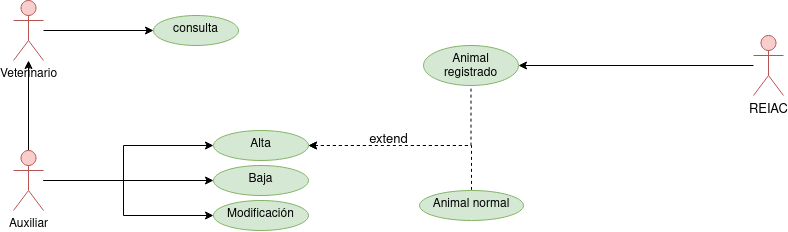
colidom/ets keeps this draw.io diagram as Tareas/casosUso/Tarea1/img/ClinicaVeterinaria.drawio.png. Above is the earlier version. Source tidied: cells renumbered, new cells last; positions are measured from the earlier drawing's top-left corner, leaving out a move shared by most shapes.
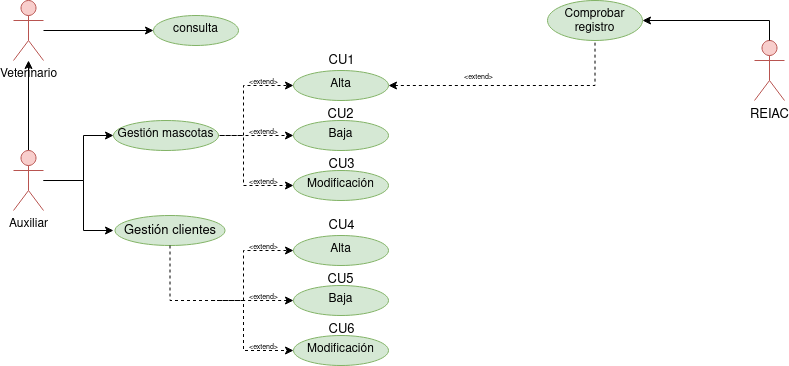
The same file after the commit.

What changed in the source:
```diff
@@ -5,26 +5,32 @@
     <mxCell id="2" style="edgeStyle=orthogonalEdgeStyle;rounded=0;jettySize=auto;html=1;" parent="1" edge="1" source="6" target="8">
       <mxGeometry relative="1" as="geometry" />
     </mxCell>
-    <mxCell id="3" style="edgeStyle=orthogonalEdgeStyle;rounded=0;jettySize=auto;html=1;fontSize=13;" parent="1" edge="1" source="6" target="10">
-      <mxGeometry relative="1" as="geometry" />
+    <mxCell id="3" style="edgeStyle=orthogonalEdgeStyle;rounded=0;jettySize=auto;html=1;fontSize=13;dashed=1;" parent="1" edge="1" target="10">
+      <mxGeometry relative="1" as="geometry">
+        <mxPoint x="154" y="135" as="sourcePoint" />
+        <Array as="points">
+          <mxPoint x="290" y="135" />
+          <mxPoint x="290" y="135" />
+        </Array>
+      </mxGeometry>
     </mxCell>
-    <mxCell id="4" style="edgeStyle=orthogonalEdgeStyle;rounded=0;jettySize=auto;html=1;fontSize=13;" parent="1" edge="1" source="6" target="11">
+    <mxCell id="4" style="edgeStyle=orthogonalEdgeStyle;rounded=0;jettySize=auto;html=1;fontSize=13;entryX=0;entryY=0.5;entryDx=0;entryDy=0;dashed=1;" parent="1" edge="1" target="11">
       <mxGeometry relative="1" as="geometry">
+        <mxPoint x="154" y="135" as="sourcePoint" />
         <Array as="points">
-          <mxPoint x="110" y="180" />
-          <mxPoint x="110" y="215" />
+          <mxPoint x="230" y="135" />
+          <mxPoint x="230" y="185" />
         </Array>
       </mxGeometry>
     </mxCell>
-    <mxCell id="5" style="edgeStyle=orthogonalEdgeStyle;rounded=0;jettySize=auto;html=1;fontSize=13;" parent="1" edge="1" source="6">
-      <mxGeometry relative="1" as="geometry">
-        <mxPoint x="200" y="145" as="targetPoint" />
-        <Array as="points">
-          <mxPoint x="110" y="180" />
-          <mxPoint x="110" y="145" />
-        </Array>
-      </mxGeometry>
-    </mxCell>
+    <mxCell id="20" style="edgeStyle=orthogonalEdgeStyle;rounded=0;jettySize=auto;html=1;fontSize=13;startArrow=none;startFill=0;endArrow=classic;endFill=1;" parent="1" edge="1" source="6" target="21">
+      <mxGeometry relative="1" as="geometry">
+        <Array as="points">
+          <mxPoint x="70" y="180" />
+          <mxPoint x="70" y="135" />
+        </Array>
+      </mxGeometry>
+    </mxCell>
     <mxCell id="6" value="Auxiliar" style="shape=umlActor;verticalLabelPosition=bottom;verticalAlign=top;html=1;outlineConnect=0;fillColor=#f8cecc;strokeColor=#b85450;" parent="1" vertex="1">
       <mxGeometry y="150" width="30" height="60" as="geometry" />
     </mxCell>
@@ -38,38 +44,121 @@
       <mxGeometry x="140" y="15" width="85" height="30" as="geometry" />
     </mxCell>
     <mxCell id="10" value="Baja" style="ellipse;whiteSpace=wrap;html=1;verticalAlign=top;fillColor=#d5e8d4;strokeColor=#82b366;" parent="1" vertex="1">
-      <mxGeometry x="200" y="165" width="95" height="30" as="geometry" />
+      <mxGeometry x="280" y="120" width="95" height="30" as="geometry" />
     </mxCell>
     <mxCell id="11" value="Modificación" style="ellipse;whiteSpace=wrap;html=1;verticalAlign=top;fillColor=#d5e8d4;strokeColor=#82b366;" parent="1" vertex="1">
-      <mxGeometry x="200" y="200" width="95" height="30" as="geometry" />
+      <mxGeometry x="280" y="170" width="95" height="30" as="geometry" />
     </mxCell>
     <mxCell id="12" style="edgeStyle=orthogonalEdgeStyle;rounded=0;jettySize=auto;html=1;fontSize=13;dashed=1;startArrow=classic;startFill=1;endArrow=none;endFill=0;" parent="1" edge="1" source="15" target="18">
       <mxGeometry relative="1" as="geometry" />
     </mxCell>
-    <mxCell id="13" value="extend" style="edgeLabel;html=1;align=center;verticalAlign=middle;fontSize=13;" parent="12" vertex="1">
-      <mxGeometry x="0.16" relative="1" as="geometry">
-        <mxPoint x="-50" y="-7" as="offset" />
-      </mxGeometry>
-    </mxCell>
-    <mxCell id="14" style="edgeStyle=orthogonalEdgeStyle;rounded=0;jettySize=auto;html=1;dashed=1;fontSize=13;startArrow=classic;startFill=1;endArrow=none;endFill=0;" parent="1" edge="1" source="15" target="19">
-      <mxGeometry relative="1" as="geometry" />
-    </mxCell>
     <mxCell id="15" value="Alta" style="ellipse;whiteSpace=wrap;html=1;verticalAlign=top;fillColor=#d5e8d4;strokeColor=#82b366;" parent="1" vertex="1">
-      <mxGeometry x="200" y="130" width="95" height="30" as="geometry" />
+      <mxGeometry x="280" y="70" width="95" height="30" as="geometry" />
     </mxCell>
     <mxCell id="16" value="REIAC" style="shape=umlActor;verticalLabelPosition=bottom;verticalAlign=top;html=1;outlineConnect=0;strokeColor=#b85450;fontSize=13;fillColor=#f8cecc;" parent="1" vertex="1">
-      <mxGeometry x="740" y="35" width="30" height="60" as="geometry" />
+      <mxGeometry x="741" y="40" width="30" height="60" as="geometry" />
     </mxCell>
-    <mxCell id="17" style="edgeStyle=orthogonalEdgeStyle;rounded=0;jettySize=auto;html=1;fontSize=13;endArrow=none;endFill=0;startArrow=classic;startFill=1;" parent="1" edge="1" source="18">
-      <mxGeometry relative="1" as="geometry">
-        <mxPoint x="740" y="65" as="targetPoint" />
-      </mxGeometry>
+    <mxCell id="17" style="edgeStyle=orthogonalEdgeStyle;rounded=0;jettySize=auto;html=1;fontSize=13;endArrow=none;endFill=0;startArrow=classic;startFill=1;entryX=0.5;entryY=0;entryDx=0;entryDy=0;entryPerimeter=0;" parent="1" edge="1" source="18" target="16">
+      <mxGeometry relative="1" as="geometry" />
     </mxCell>
-    <mxCell id="18" value="Animal registrado" style="ellipse;whiteSpace=wrap;html=1;verticalAlign=top;fillColor=#d5e8d4;strokeColor=#82b366;" parent="1" vertex="1">
-      <mxGeometry x="410" y="45" width="95" height="40" as="geometry" />
+    <mxCell id="18" value="Comprobar registro" style="ellipse;whiteSpace=wrap;html=1;verticalAlign=top;fillColor=#d5e8d4;strokeColor=#82b366;" parent="1" vertex="1">
+      <mxGeometry x="534" width="95" height="40" as="geometry" />
     </mxCell>
-    <mxCell id="19" value="Animal normal" style="ellipse;whiteSpace=wrap;html=1;verticalAlign=top;fillColor=#d5e8d4;strokeColor=#82b366;strokeWidth=1;sketch=0;shadow=0;rotation=0;" parent="1" vertex="1">
-      <mxGeometry x="406" y="190" width="104" height="30" as="geometry" />
-    </mxCell>
+    <mxCell id="21" value="Gestión mascotas" style="ellipse;whiteSpace=wrap;html=1;verticalAlign=top;fillColor=#d5e8d4;strokeColor=#82b366;" parent="1" vertex="1">
+      <mxGeometry x="100" y="120" width="105" height="30" as="geometry" />
+    </mxCell>
+    <mxCell id="22" style="endArrow=classic;html=1;rounded=0;fontSize=13;entryX=0;entryY=0.5;entryDx=0;entryDy=0;exitX=1;exitY=0.5;exitDx=0;exitDy=0;dashed=1;" parent="1" edge="1" target="15">
+      <mxGeometry relative="1" as="geometry">
+        <mxPoint x="206" y="135" as="sourcePoint" />
+        <Array as="points">
+          <mxPoint x="230" y="135" />
+          <mxPoint x="230" y="85" />
+        </Array>
+      </mxGeometry>
+    </mxCell>
+    <mxCell id="23" style="edgeStyle=orthogonalEdgeStyle;rounded=0;orthogonalLoop=1;jettySize=auto;html=1;fontSize=13;startArrow=classic;startFill=1;endArrow=none;endFill=0;" parent="1" edge="1">
+      <mxGeometry relative="1" as="geometry">
+        <mxPoint x="100" y="230" as="sourcePoint" />
+        <mxPoint x="30" y="180" as="targetPoint" />
+        <Array as="points">
+          <mxPoint x="70" y="230" />
+          <mxPoint x="70" y="180" />
+        </Array>
+      </mxGeometry>
+    </mxCell>
+    <mxCell id="24" value="Gestión clientes" style="ellipse;whiteSpace=wrap;html=1;shadow=0;sketch=0;strokeColor=#82b366;strokeWidth=1;fontSize=13;fillColor=#d5e8d4;" parent="1" vertex="1">
+      <mxGeometry x="101.5" y="215" width="110" height="30" as="geometry" />
+    </mxCell>
+    <mxCell id="25" value="CU1" style="text;html=1;align=center;verticalAlign=middle;strokeColor=none;fillColor=none;fontSize=13;" parent="1" vertex="1">
+      <mxGeometry x="302.5" y="45" width="50" height="30" as="geometry" />
+    </mxCell>
+    <mxCell id="26" value="CU2" style="text;html=1;align=center;verticalAlign=middle;strokeColor=none;fillColor=none;fontSize=13;" parent="1" vertex="1">
+      <mxGeometry x="302" y="99" width="50" height="30" as="geometry" />
+    </mxCell>
+    <mxCell id="27" value="CU3" style="text;html=1;align=center;verticalAlign=middle;strokeColor=none;fillColor=none;fontSize=13;" parent="1" vertex="1">
+      <mxGeometry x="302.5" y="149" width="50" height="30" as="geometry" />
+    </mxCell>
+    <mxCell id="28" style="edgeStyle=orthogonalEdgeStyle;rounded=0;jettySize=auto;html=1;fontSize=13;entryX=0;entryY=0.5;entryDx=0;entryDy=0;exitX=0.5;exitY=1;exitDx=0;exitDy=0;dashed=1;" parent="1" edge="1" source="24" target="31">
+      <mxGeometry relative="1" as="geometry">
+        <Array as="points">
+          <mxPoint x="157" y="300" />
+          <mxPoint x="230" y="300" />
+          <mxPoint x="230" y="350" />
+        </Array>
+      </mxGeometry>
+    </mxCell>
+    <mxCell id="29" style="edgeStyle=orthogonalEdgeStyle;rounded=0;jettySize=auto;html=1;fontSize=13;startArrow=classic;startFill=1;endArrow=none;endFill=0;dashed=1;" parent="1" edge="1" source="30">
+      <mxGeometry relative="1" as="geometry">
+        <mxPoint x="200" y="300" as="targetPoint" />
+      </mxGeometry>
+    </mxCell>
+    <mxCell id="30" value="Baja" style="ellipse;whiteSpace=wrap;html=1;verticalAlign=top;fillColor=#d5e8d4;strokeColor=#82b366;" parent="1" vertex="1">
+      <mxGeometry x="280" y="285" width="95" height="30" as="geometry" />
+    </mxCell>
+    <mxCell id="31" value="Modificación" style="ellipse;whiteSpace=wrap;html=1;verticalAlign=top;fillColor=#d5e8d4;strokeColor=#82b366;" parent="1" vertex="1">
+      <mxGeometry x="280" y="335" width="95" height="30" as="geometry" />
+    </mxCell>
+    <mxCell id="32" value="Alta" style="ellipse;whiteSpace=wrap;html=1;verticalAlign=top;fillColor=#d5e8d4;strokeColor=#82b366;" parent="1" vertex="1">
+      <mxGeometry x="280" y="235" width="95" height="30" as="geometry" />
+    </mxCell>
+    <mxCell id="33" style="endArrow=classic;html=1;rounded=0;fontSize=13;entryX=0;entryY=0.5;entryDx=0;entryDy=0;exitX=1;exitY=0.5;exitDx=0;exitDy=0;dashed=1;" parent="1" edge="1" target="32">
+      <mxGeometry relative="1" as="geometry">
+        <mxPoint x="206" y="300" as="sourcePoint" />
+        <Array as="points">
+          <mxPoint x="230" y="300" />
+          <mxPoint x="230" y="250" />
+        </Array>
+      </mxGeometry>
+    </mxCell>
+    <mxCell id="34" value="CU4" style="text;html=1;align=center;verticalAlign=middle;strokeColor=none;fillColor=none;fontSize=13;" parent="1" vertex="1">
+      <mxGeometry x="302.5" y="210" width="50" height="30" as="geometry" />
+    </mxCell>
+    <mxCell id="35" value="CU5" style="text;html=1;align=center;verticalAlign=middle;strokeColor=none;fillColor=none;fontSize=13;" parent="1" vertex="1">
+      <mxGeometry x="302" y="264" width="50" height="30" as="geometry" />
+    </mxCell>
+    <mxCell id="36" value="CU6" style="text;html=1;align=center;verticalAlign=middle;strokeColor=none;fillColor=none;fontSize=13;" parent="1" vertex="1">
+      <mxGeometry x="302.5" y="314" width="50" height="30" as="geometry" />
+    </mxCell>
+    <mxCell id="37" value="&lt;font style=&quot;font-size: 7px;&quot;&gt;&amp;lt;extend&amp;gt;&lt;/font&gt;" style="text;html=1;align=center;verticalAlign=middle;strokeColor=none;fillColor=none;fontSize=13;" parent="1" vertex="1">
+      <mxGeometry x="225" y="65" width="50" height="30" as="geometry" />
+    </mxCell>
+    <mxCell id="38" value="&lt;font style=&quot;font-size: 7px;&quot;&gt;&amp;lt;extend&amp;gt;&lt;/font&gt;" style="text;html=1;align=center;verticalAlign=middle;strokeColor=none;fillColor=none;fontSize=13;" parent="1" vertex="1">
+      <mxGeometry x="225" y="165" width="50" height="30" as="geometry" />
+    </mxCell>
+    <mxCell id="39" value="&lt;font style=&quot;font-size: 7px;&quot;&gt;&amp;lt;extend&amp;gt;&lt;/font&gt;" style="text;html=1;align=center;verticalAlign=middle;strokeColor=none;fillColor=none;fontSize=13;" parent="1" vertex="1">
+      <mxGeometry x="225" y="115" width="50" height="30" as="geometry" />
+    </mxCell>
+    <mxCell id="40" value="&lt;font style=&quot;font-size: 7px;&quot;&gt;&amp;lt;extend&amp;gt;&lt;/font&gt;" style="text;html=1;align=center;verticalAlign=middle;strokeColor=none;fillColor=none;fontSize=13;" parent="1" vertex="1">
+      <mxGeometry x="225" y="230" width="50" height="30" as="geometry" />
+    </mxCell>
+    <mxCell id="41" value="&lt;font style=&quot;font-size: 7px;&quot;&gt;&amp;lt;extend&amp;gt;&lt;/font&gt;" style="text;html=1;align=center;verticalAlign=middle;strokeColor=none;fillColor=none;fontSize=13;" parent="1" vertex="1">
+      <mxGeometry x="225" y="280" width="50" height="30" as="geometry" />
+    </mxCell>
+    <mxCell id="42" value="&lt;font style=&quot;font-size: 7px;&quot;&gt;&amp;lt;extend&amp;gt;&lt;/font&gt;" style="text;html=1;align=center;verticalAlign=middle;strokeColor=none;fillColor=none;fontSize=13;" parent="1" vertex="1">
+      <mxGeometry x="225" y="330" width="50" height="30" as="geometry" />
+    </mxCell>
+    <mxCell id="43" value="&lt;font style=&quot;font-size: 7px;&quot;&gt;&amp;lt;extend&amp;gt;&lt;/font&gt;" style="text;html=1;align=center;verticalAlign=middle;strokeColor=none;fillColor=none;fontSize=13;" parent="1" vertex="1">
+      <mxGeometry x="440" y="60" width="50" height="30" as="geometry" />
+    </mxCell>
   </root>
 </mxGraphModel>
```
